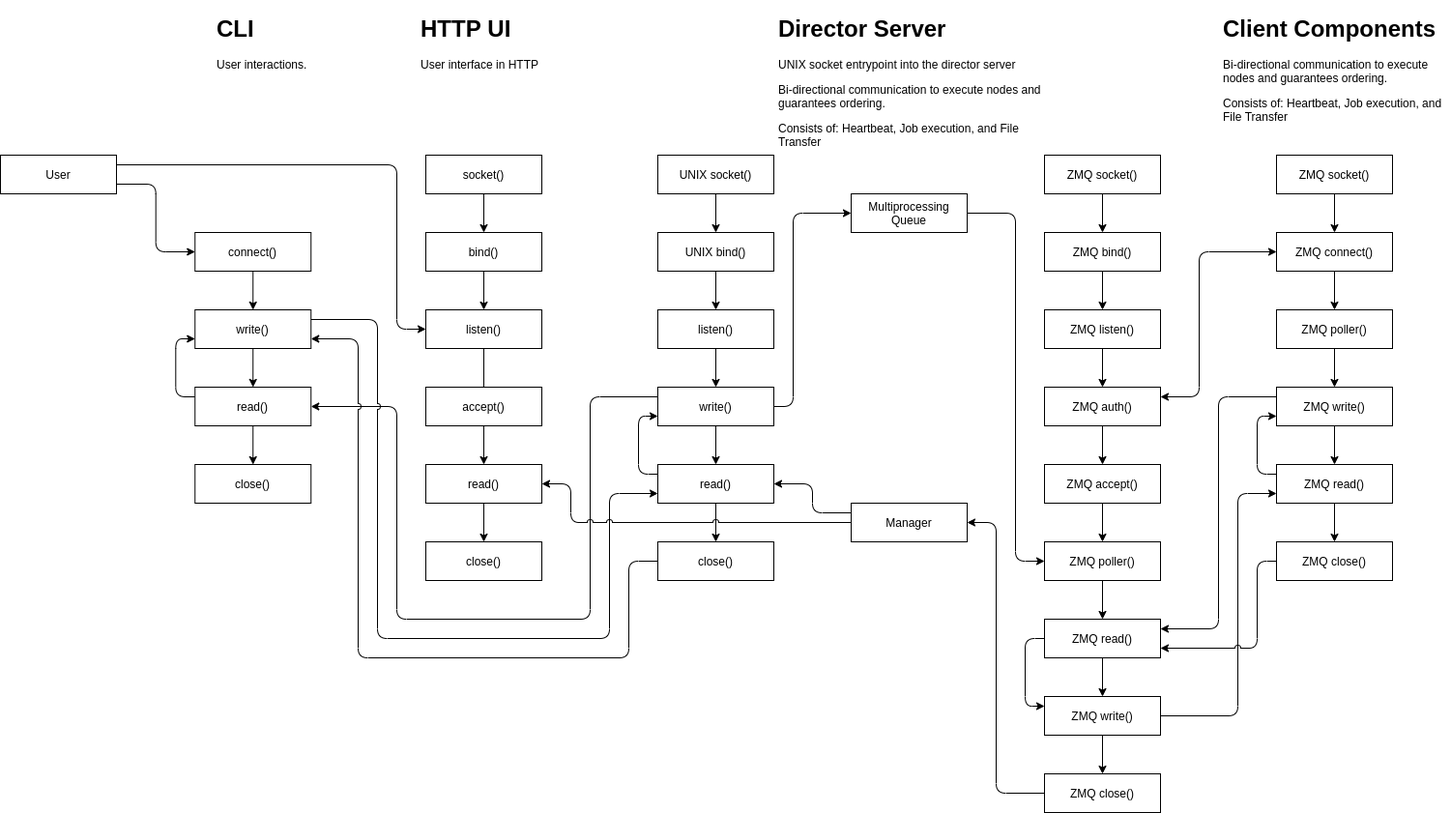
Before: assets/Director.png, a diagram exported from draw.io (oshied/directord). Source tidied: cells renumbered, new cells last; positions are measured from the earlier drawing's top-left corner, leaving out a move shared by most shapes.
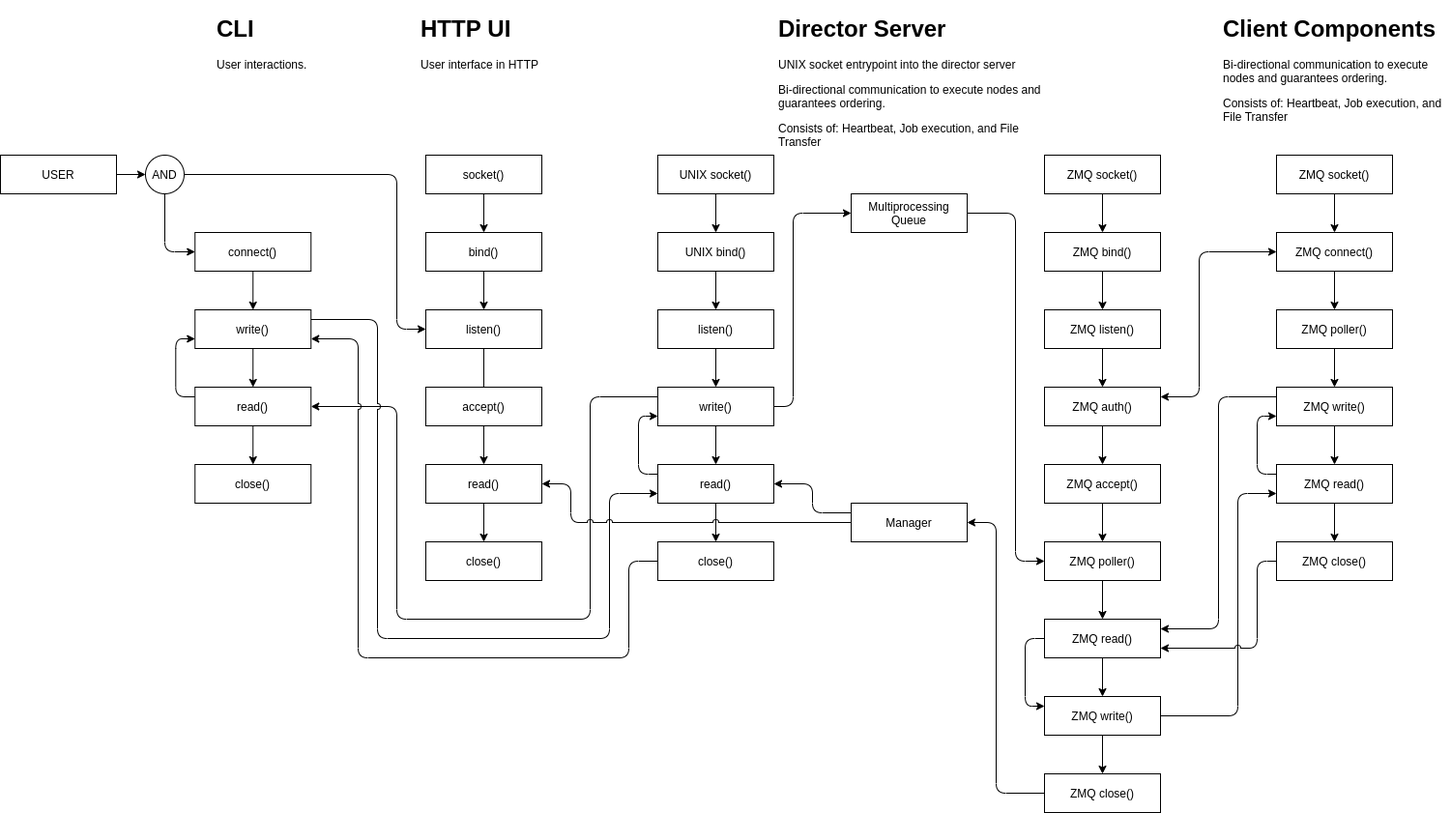
After the commit.

Diff of the diagram source:
```diff
@@ -392,19 +392,28 @@
     <mxCell id="98" value="accept()" style="rounded=0;whiteSpace=wrap;html=1;" parent="1" vertex="1">
       <mxGeometry x="440" y="390" width="120" height="40" as="geometry" />
     </mxCell>
-    <mxCell id="99" style="edgeStyle=orthogonalEdgeStyle;rounded=1;jumpStyle=arc;jettySize=auto;html=1;exitX=1;exitY=0.25;exitDx=0;exitDy=0;entryX=0;entryY=0.5;entryDx=0;entryDy=0;startArrow=none;startFill=0;endArrow=classic;endFill=1;" parent="1" edge="1" source="101" target="96">
+    <mxCell id="99" style="edgeStyle=orthogonalEdgeStyle;rounded=1;jumpStyle=arc;jettySize=auto;html=1;exitX=1;exitY=0.5;exitDx=0;exitDy=0;entryX=0;entryY=0.5;entryDx=0;entryDy=0;startArrow=none;startFill=0;endArrow=classic;endFill=1;" parent="1" edge="1" source="103" target="96">
       <mxGeometry relative="1" as="geometry">
         <Array as="points">
-          <mxPoint x="410" y="160" />
+          <mxPoint x="410" y="170" />
           <mxPoint x="410" y="330" />
         </Array>
       </mxGeometry>
     </mxCell>
-    <mxCell id="100" style="edgeStyle=orthogonalEdgeStyle;rounded=1;jumpStyle=arc;jettySize=auto;html=1;exitX=1;exitY=0.75;exitDx=0;exitDy=0;entryX=0;entryY=0.5;entryDx=0;entryDy=0;startArrow=none;startFill=0;endArrow=classic;endFill=1;" parent="1" edge="1" source="101" target="12">
+    <mxCell id="100" style="edgeStyle=orthogonalEdgeStyle;rounded=1;jumpStyle=arc;jettySize=auto;html=1;exitX=1;exitY=0.5;exitDx=0;exitDy=0;entryX=0;entryY=0.5;entryDx=0;entryDy=0;startArrow=none;startFill=0;endArrow=classic;endFill=1;" parent="1" edge="1" source="101" target="103">
       <mxGeometry relative="1" as="geometry" />
     </mxCell>
-    <mxCell id="101" value="User" style="rounded=0;whiteSpace=wrap;html=1;" parent="1" vertex="1">
+    <mxCell id="101" value="USER" style="rounded=0;whiteSpace=wrap;html=1;" parent="1" vertex="1">
       <mxGeometry y="150" width="120" height="40" as="geometry" />
     </mxCell>
+    <mxCell id="102" style="edgeStyle=orthogonalEdgeStyle;rounded=1;jumpStyle=arc;jettySize=auto;html=1;exitX=0.5;exitY=1;exitDx=0;exitDy=0;entryX=0;entryY=0.5;entryDx=0;entryDy=0;startArrow=none;startFill=0;endArrow=classic;endFill=1;" parent="1" edge="1" source="103" target="12">
+      <mxGeometry relative="1" as="geometry" />
+    </mxCell>
+    <mxCell id="103" value="AND" style="ellipse;whiteSpace=wrap;html=1;" parent="1" vertex="1">
+      <mxGeometry x="150" y="150" width="40" height="40" as="geometry" />
+    </mxCell>
+    <mxCell id="104" style="edgeStyle=orthogonalEdgeStyle;rounded=1;jumpStyle=arc;orthogonalLoop=1;jettySize=auto;html=1;exitX=0.5;exitY=1;exitDx=0;exitDy=0;startArrow=none;startFill=0;endArrow=classic;endFill=1;" parent="1" edge="1" source="103" target="103">
+      <mxGeometry relative="1" as="geometry" />
+    </mxCell>
   </root>
 </mxGraphModel>
```
